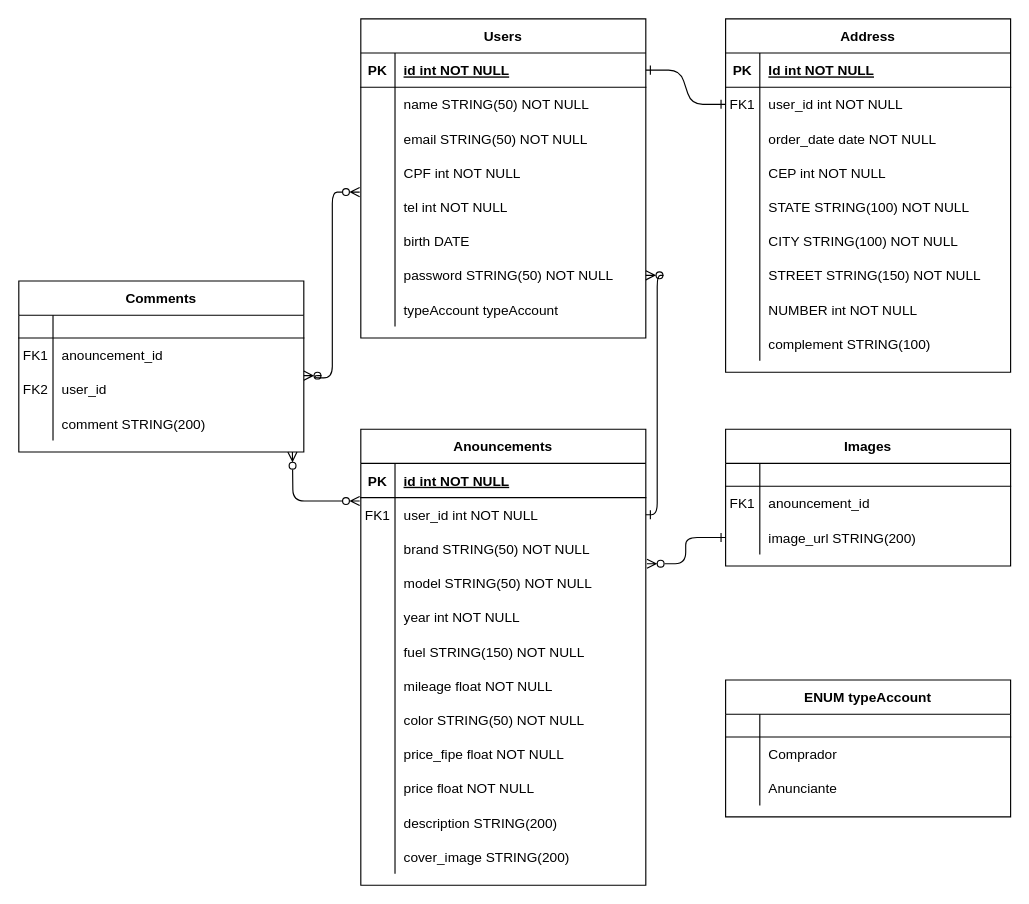
Above: Review Project FullStack.drawio in raiannalimacode/diagrams (draw.io), before the change. Source tidied: cells renumbered, new cells numbered last; positions are measured from the earlier drawing's top-left corner, leaving out a move shared by most shapes. Both pictures are drawn from the tidied source at 114%, with x=0, y=0 at pixel (18, 18).
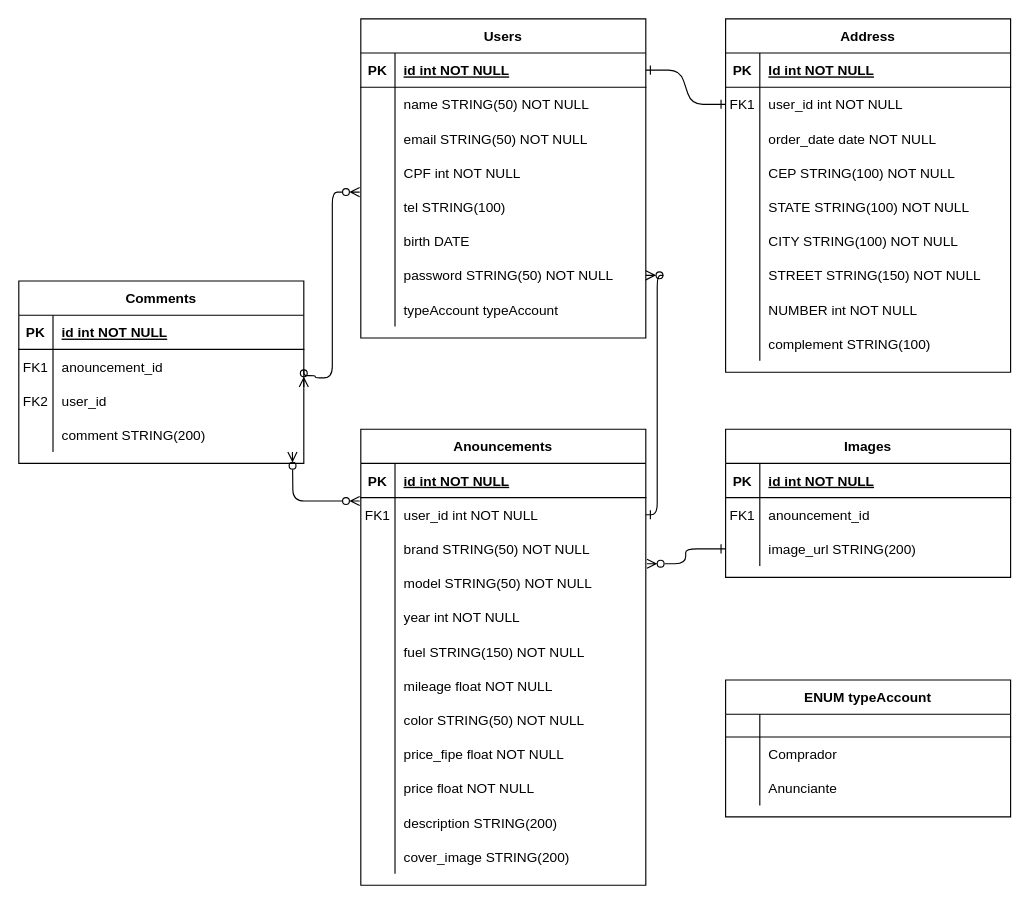
The same page after the edit.

Unchanged cells that the change refers to:
```xml
<mxCell id="14" style="shape=partialRectangle;fillColor=none;top=0;left=0;right=0;bottom=0;" parent="4" vertex="1">
  <mxGeometry y="120" width="250" height="30" as="geometry" />
</mxCell>
<mxCell id="82" style="shape=partialRectangle;fillColor=none;points=[[0,0.5],[1,0.5]];portConstraint=eastwest;top=0;left=0;right=0;bottom=0;" parent="69" vertex="1">
  <mxGeometry y="150" width="250" height="30" as="geometry" />
</mxCell>
```

What changed in the source:
```diff
@@
-    <mxCell id="16" value="CEP int NOT NULL" style="shape=partialRectangle;overflow=hidden;fillColor=none;top=0;left=0;bottom=0;right=0;align=left;spacingLeft=6;" parent="14" vertex="1">
+    <mxCell id="16" value="CEP STRING(100) NOT NULL" style="shape=partialRectangle;overflow=hidden;fillColor=none;top=0;left=0;bottom=0;right=0;align=left;spacingLeft=6;" parent="14" vertex="1">
       <mxGeometry x="30" width="220" height="30" as="geometry" />
     </mxCell>
@@
-    <mxCell id="84" value="tel int NOT NULL" style="shape=partialRectangle;overflow=hidden;fillColor=none;top=0;left=0;bottom=0;right=0;align=left;spacingLeft=6;" parent="82" vertex="1">
+    <mxCell id="84" value="tel STRING(100)" style="shape=partialRectangle;overflow=hidden;fillColor=none;top=0;left=0;bottom=0;right=0;align=left;spacingLeft=6;" parent="82" vertex="1">
       <mxGeometry x="30" width="220" height="30" as="geometry" />
     </mxCell>
@@
     <mxCell id="104" value="Images" style="shape=table;startSize=30;childLayout=tableLayout;rowLines=0;fontStyle=1;align=center;" parent="1" vertex="1">
-      <mxGeometry x="620" y="360" width="250" height="120" as="geometry" />
+      <mxGeometry x="620" y="360" width="250" height="130" as="geometry" />
     </mxCell>
     <mxCell id="105" style="shape=partialRectangle;fillColor=none;top=0;left=0;right=0;bottom=1;" parent="104" vertex="1">
-      <mxGeometry y="30" width="250" height="20" as="geometry" />
+      <mxGeometry y="30" width="250" height="30" as="geometry" />
     </mxCell>
-    <mxCell id="106" style="shape=partialRectangle;overflow=hidden;fillColor=none;top=0;left=0;bottom=0;right=0;fontStyle=1;" parent="105" vertex="1">
-      <mxGeometry width="30" height="20" as="geometry" />
+    <mxCell id="106" value="PK" style="shape=partialRectangle;overflow=hidden;fillColor=none;top=0;left=0;bottom=0;right=0;fontStyle=1;" parent="105" vertex="1">
+      <mxGeometry width="30" height="30" as="geometry" />
     </mxCell>
-    <mxCell id="107" style="shape=partialRectangle;overflow=hidden;fillColor=none;top=0;left=0;bottom=0;right=0;align=left;spacingLeft=6;fontStyle=5;" parent="105" vertex="1">
-      <mxGeometry x="30" width="220" height="20" as="geometry" />
+    <mxCell id="107" value="id int NOT NULL" style="shape=partialRectangle;overflow=hidden;fillColor=none;top=0;left=0;bottom=0;right=0;align=left;spacingLeft=6;fontStyle=5;" parent="105" vertex="1">
+      <mxGeometry x="30" width="220" height="30" as="geometry" />
     </mxCell>
     <mxCell id="108" style="shape=partialRectangle;fillColor=none;top=0;left=0;right=0;bottom=0;" parent="104" vertex="1">
-      <mxGeometry y="50" width="250" height="30" as="geometry" />
+      <mxGeometry y="60" width="250" height="30" as="geometry" />
     </mxCell>
@@
     <mxCell id="111" style="shape=partialRectangle;fillColor=none;points=[[0,0.5],[1,0.5]];portConstraint=eastwest;top=0;left=0;right=0;bottom=0;" parent="104" vertex="1">
-      <mxGeometry y="80" width="250" height="30" as="geometry" />
+      <mxGeometry y="90" width="250" height="30" as="geometry" />
     </mxCell>
@@
     <mxCell id="115" value="Comments" style="shape=table;startSize=30;childLayout=tableLayout;rowLines=0;fontStyle=1;align=center;" parent="1" vertex="1">
-      <mxGeometry y="230" width="250" height="150" as="geometry" />
+      <mxGeometry y="230" width="250" height="160" as="geometry" />
     </mxCell>
     <mxCell id="116" style="shape=partialRectangle;fillColor=none;top=0;left=0;right=0;bottom=1;" parent="115" vertex="1">
-      <mxGeometry y="30" width="250" height="20" as="geometry" />
+      <mxGeometry y="30" width="250" height="30" as="geometry" />
     </mxCell>
-    <mxCell id="117" style="shape=partialRectangle;overflow=hidden;fillColor=none;top=0;left=0;bottom=0;right=0;fontStyle=1;" parent="116" vertex="1">
-      <mxGeometry width="30" height="20" as="geometry" />
+    <mxCell id="117" value="PK" style="shape=partialRectangle;overflow=hidden;fillColor=none;top=0;left=0;bottom=0;right=0;fontStyle=1;" parent="116" vertex="1">
+      <mxGeometry width="30" height="30" as="geometry" />
     </mxCell>
-    <mxCell id="118" style="shape=partialRectangle;overflow=hidden;fillColor=none;top=0;left=0;bottom=0;right=0;align=left;spacingLeft=6;fontStyle=5;" parent="116" vertex="1">
-      <mxGeometry x="30" width="220" height="20" as="geometry" />
+    <mxCell id="118" value="id int NOT NULL" style="shape=partialRectangle;overflow=hidden;fillColor=none;top=0;left=0;bottom=0;right=0;align=left;spacingLeft=6;fontStyle=5;" parent="116" vertex="1">
+      <mxGeometry x="30" width="220" height="30" as="geometry" />
     </mxCell>
     <mxCell id="119" style="shape=partialRectangle;fillColor=none;top=0;left=0;right=0;bottom=0;" parent="115" vertex="1">
-      <mxGeometry y="50" width="250" height="30" as="geometry" />
+      <mxGeometry y="60" width="250" height="30" as="geometry" />
     </mxCell>
@@
     <mxCell id="122" style="shape=partialRectangle;fillColor=none;points=[[0,0.5],[1,0.5]];portConstraint=eastwest;top=0;left=0;right=0;bottom=0;" parent="115" vertex="1">
-      <mxGeometry y="80" width="250" height="30" as="geometry" />
+      <mxGeometry y="90" width="250" height="30" as="geometry" />
     </mxCell>
@@
     <mxCell id="125" style="shape=partialRectangle;fillColor=none;top=0;left=0;right=0;bottom=0;" parent="115" vertex="1">
-      <mxGeometry y="110" width="250" height="30" as="geometry" />
+      <mxGeometry y="120" width="250" height="30" as="geometry" />
     </mxCell>
```
